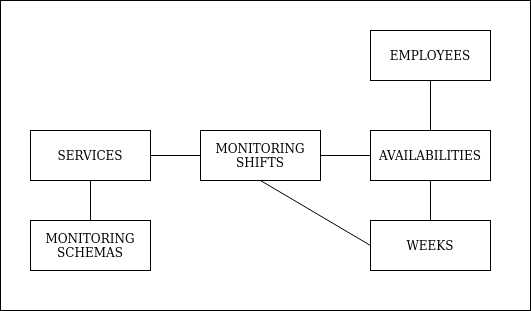
Earlier version of the draw.io export public/diagram.png (matipacheco/maas-backend). Source tidied: cells renumbered, new cells last; positions are measured from the earlier drawing's top-left corner, leaving out a move shared by most shapes.
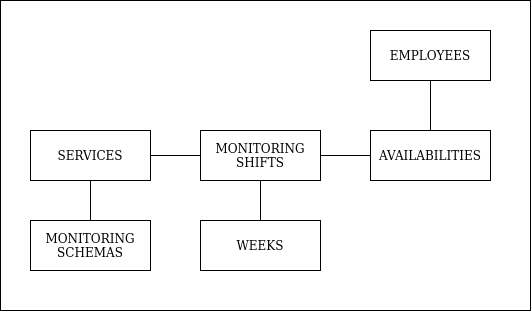
Above is the later version.

Diff of the diagram source:
```diff
@@ -12,7 +12,7 @@
       <mxGeometry x="30" y="130" width="120" height="50" as="geometry" />
     </mxCell>
     <mxCell id="5" value="&lt;div&gt;WEEKS&lt;/div&gt;" style="rounded=0;whiteSpace=wrap;html=1;" parent="1" vertex="1">
-      <mxGeometry x="370" y="220" width="120" height="50" as="geometry" />
+      <mxGeometry x="200" y="220" width="120" height="50" as="geometry" />
     </mxCell>
     <mxCell id="6" value="&lt;div&gt;MONITORING&lt;/div&gt;&lt;div&gt;SCHEMAS&lt;br&gt;&lt;/div&gt;" style="rounded=0;whiteSpace=wrap;html=1;" parent="1" vertex="1">
       <mxGeometry x="30" y="220" width="120" height="50" as="geometry" />
@@ -29,17 +29,14 @@
     <mxCell id="10" value="AVAILABILITIES" style="rounded=0;whiteSpace=wrap;html=1;" parent="1" vertex="1">
       <mxGeometry x="370" y="130" width="120" height="50" as="geometry" />
     </mxCell>
-    <mxCell id="11" style="endArrow=none;html=1;entryX=0.5;entryY=1;entryDx=0;entryDy=0;exitX=0.5;exitY=0;exitDx=0;exitDy=0;" parent="1" edge="1" source="5" target="10">
+    <mxCell id="11" style="endArrow=none;html=1;entryX=0.5;entryY=1;entryDx=0;entryDy=0;exitX=0.5;exitY=0;exitDx=0;exitDy=0;" parent="1" edge="1" source="10" target="3">
       <mxGeometry relative="1" as="geometry" />
     </mxCell>
-    <mxCell id="12" style="endArrow=none;html=1;entryX=0.5;entryY=1;entryDx=0;entryDy=0;exitX=0.5;exitY=0;exitDx=0;exitDy=0;" parent="1" edge="1" source="10" target="3">
+    <mxCell id="12" style="endArrow=none;html=1;entryX=0;entryY=0.5;entryDx=0;entryDy=0;exitX=1;exitY=0.5;exitDx=0;exitDy=0;" parent="1" edge="1" source="7" target="10">
       <mxGeometry relative="1" as="geometry" />
     </mxCell>
-    <mxCell id="13" style="endArrow=none;html=1;entryX=0;entryY=0.5;entryDx=0;entryDy=0;exitX=1;exitY=0.5;exitDx=0;exitDy=0;" parent="1" edge="1" source="7" target="10">
+    <mxCell id="13" style="endArrow=none;html=1;entryX=0.5;entryY=1;entryDx=0;entryDy=0;" parent="1" edge="1" source="5" target="7">
       <mxGeometry relative="1" as="geometry" />
     </mxCell>
-    <mxCell id="14" style="endArrow=none;html=1;entryX=0;entryY=0.5;entryDx=0;entryDy=0;exitX=0.5;exitY=1;exitDx=0;exitDy=0;" parent="1" edge="1" source="7" target="5">
-      <mxGeometry relative="1" as="geometry" />
-    </mxCell>
   </root>
 </mxGraphModel>
```
